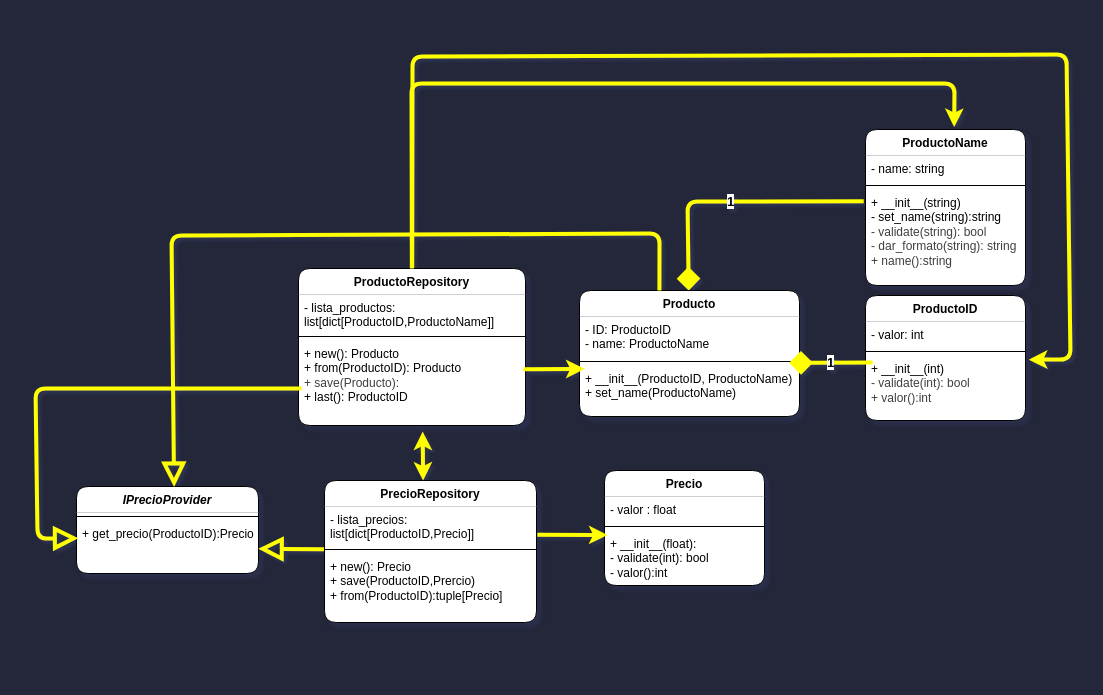
Above: page "Diagrama de Clases" (1 of 2) of Docs/DiagramaSubSistema.drawio in shinovi9/Subsistema-Precio (draw.io), before the change. Source tidied: cells renumbered, new cells numbered last; positions are measured from the earlier drawing's top-left corner, leaving out a move shared by most shapes. Both pictures are drawn from the tidied source at 100%, with x=0, y=0 at pixel (35, 54).
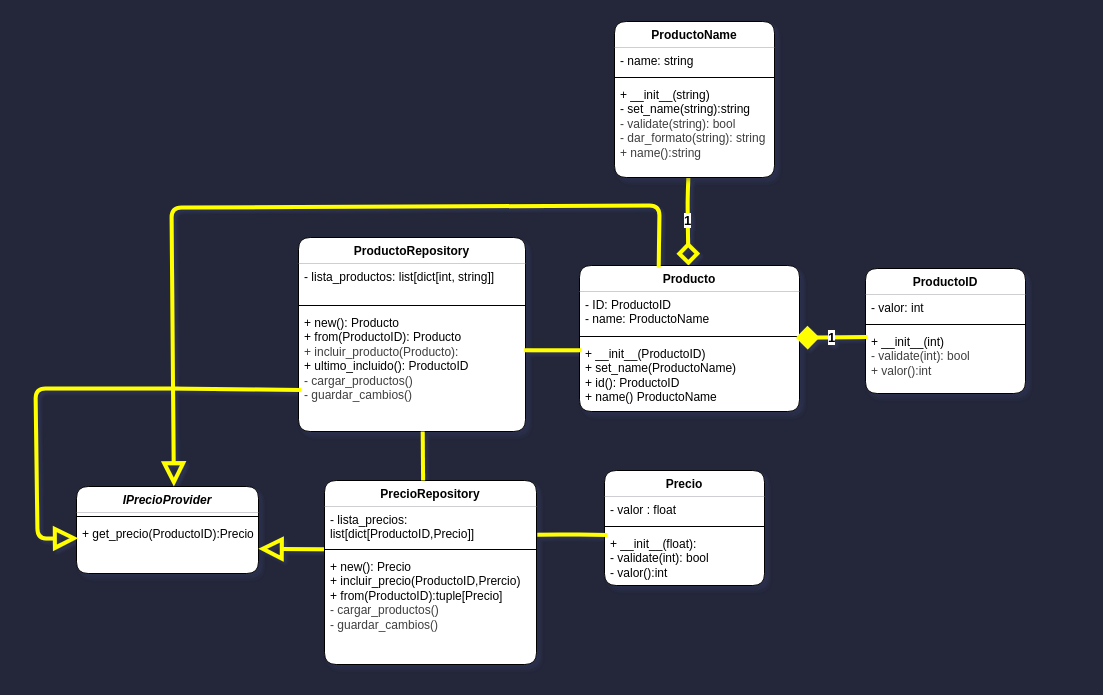
Above is the later version.

Unchanged cells that the change refers to:
```xml
<mxCell id="5" value="+ __init__(float):&lt;div&gt;&lt;div&gt;- validate(int): bool&lt;/div&gt;&lt;/div&gt;&lt;div&gt;- valor():int&lt;/div&gt;" style="text;strokeColor=none;fillColor=none;align=left;verticalAlign=top;spacingLeft=4;spacingRight=4;overflow=hidden;points=[[0,0.5],[1,0.5]];portConstraint=eastwest;whiteSpace=wrap;html=1;rounded=1;" parent="2" vertex="1">
  <mxGeometry y="60" width="160" height="55" as="geometry" />
</mxCell>
<mxCell id="10" value="+ __init__(string)&lt;div&gt;- set_name(string):string&lt;/div&gt;&lt;div&gt;&lt;span style=&quot;color: rgb(63, 63, 63);&quot;&gt;- validate(string): bool&lt;/span&gt;&lt;/div&gt;&lt;div&gt;&lt;span style=&quot;color: rgb(63, 63, 63);&quot;&gt;- dar_formato(string): string&lt;/span&gt;&lt;/div&gt;&lt;div&gt;&lt;span style=&quot;color: rgb(63, 63, 63);&quot;&gt;+ name():string&lt;/span&gt;&lt;/div&gt;" style="text;strokeColor=none;fillColor=none;align=left;verticalAlign=top;spacingLeft=4;spacingRight=4;overflow=hidden;points=[[0,0.5],[1,0.5]];portConstraint=eastwest;whiteSpace=wrap;html=1;rounded=1;" parent="7" vertex="1">
  <mxGeometry y="60" width="160" height="96" as="geometry" />
</mxCell>
<mxCell id="13" style="line;strokeWidth=1;fillColor=none;align=left;verticalAlign=middle;spacingTop=-1;spacingLeft=3;spacingRight=3;labelPosition=right;points=[];portConstraint=eastwest;strokeColor=inherit;rounded=1;" parent="11" vertex="1">
  <mxGeometry y="67" width="220" height="8" as="geometry" />
</mxCell>
<mxCell id="15" value="&lt;i&gt;IPrecioProvider&lt;/i&gt;" style="swimlane;fontStyle=1;align=center;verticalAlign=top;horizontal=1;startSize=26;whiteSpace=wrap;html=1;swimlaneFillColor=default;gradientColor=none;fillStyle=auto;strokeWidth=1;rounded=1;glass=0;swimlaneLine=0;shadow=1;" parent="1" vertex="1">
  <mxGeometry x="41" y="432" width="182" height="87" as="geometry" />
</mxCell>
<mxCell id="17" value="+ get_precio(&lt;span style=&quot;color: rgb(0, 0, 0);&quot;&gt;ProductoID&lt;/span&gt;):Precio&lt;div&gt;&lt;br&gt;&lt;/div&gt;" style="text;strokeColor=none;fillColor=none;align=left;verticalAlign=top;spacingLeft=4;spacingRight=4;overflow=hidden;points=[[0,0.5],[1,0.5]];portConstraint=eastwest;whiteSpace=wrap;html=1;rounded=1;" parent="15" vertex="1">
  <mxGeometry y="34" width="182" height="53" as="geometry" />
</mxCell>
<mxCell id="21" value="+ __init__(int)&lt;div&gt;&lt;span style=&quot;color: rgb(63, 63, 63); scrollbar-color: rgb(226, 226, 226) rgb(251, 251, 251); background-color: transparent;&quot;&gt;-&amp;nbsp;&lt;/span&gt;&lt;span style=&quot;color: rgb(63, 63, 63); scrollbar-color: rgb(226, 226, 226) rgb(251, 251, 251); background-color: transparent;&quot;&gt;validate(int): bool&lt;/span&gt;&lt;/div&gt;&lt;div&gt;&lt;span style=&quot;color: rgb(63, 63, 63); scrollbar-color: rgb(226, 226, 226) rgb(251, 251, 251); background-color: transparent;&quot;&gt;+ valor():int&lt;/span&gt;&lt;/div&gt;" style="text;strokeColor=none;fillColor=none;align=left;verticalAlign=top;spacingLeft=4;spacingRight=4;overflow=hidden;points=[[0,0.5],[1,0.5]];portConstraint=eastwest;whiteSpace=wrap;html=1;rounded=1;" parent="18" vertex="1">
  <mxGeometry y="60" width="160" height="65" as="geometry" />
</mxCell>
<mxCell id="30" value="&lt;span style=&quot;color: rgb(0, 0, 0);&quot;&gt;- lista_precios: list[dict[&lt;span style=&quot;color: rgb(0, 0, 0);&quot;&gt;ProductoID&lt;/span&gt;,Precio]]&lt;/span&gt;" style="text;strokeColor=none;fillColor=none;align=left;verticalAlign=top;spacingLeft=4;spacingRight=4;overflow=hidden;points=[[0,0.5],[1,0.5]];portConstraint=eastwest;whiteSpace=wrap;html=1;rounded=1;" parent="29" vertex="1">
  <mxGeometry y="26" width="212" height="39" as="geometry" />
</mxCell>
```

The edit, as a diff of the source:
```diff
@@
-    <mxCell id="6" value="&lt;font style=&quot;font-size: 13px;&quot;&gt;&lt;b&gt;1&lt;/b&gt;&lt;/font&gt;" style="edgeStyle=none;rounded=1;html=1;strokeWidth=4;strokeColor=#FFFF00;endArrow=diamond;endFill=1;endSize=14;exitX=-0.011;exitY=0.123;exitDx=0;exitDy=0;exitPerimeter=0;" parent="1" edge="1" source="10" target="11">
+    <mxCell id="6" value="&lt;font style=&quot;font-size: 13px;&quot;&gt;&lt;b&gt;1&lt;/b&gt;&lt;/font&gt;" style="edgeStyle=none;rounded=1;html=1;strokeWidth=4;strokeColor=#FFFF00;endArrow=diamond;endFill=0;endSize=14;exitX=0.462;exitY=0.979;exitDx=0;exitDy=0;exitPerimeter=0;" parent="1" edge="1" source="10" target="11">
       <mxGeometry relative="1" as="geometry">
         <Array as="points">
           <mxPoint x="652" y="147" />
         </Array>
       </mxGeometry>
     </mxCell>
     <mxCell id="7" value="ProductoName" style="swimlane;fontStyle=1;align=center;verticalAlign=top;horizontal=1;startSize=26;whiteSpace=wrap;html=1;swimlaneFillColor=default;gradientColor=none;fillStyle=auto;strokeWidth=1;rounded=1;glass=0;swimlaneLine=0;shadow=1;" parent="1" vertex="1">
-      <mxGeometry x="830" y="75" width="160" height="156" as="geometry" />
+      <mxGeometry x="579" y="-33" width="160" height="156" as="geometry" />
     </mxCell>
@@
     <mxCell id="11" value="Producto" style="swimlane;fontStyle=1;align=center;verticalAlign=top;horizontal=1;startSize=26;whiteSpace=wrap;html=1;swimlaneFillColor=default;gradientColor=none;fillStyle=auto;strokeWidth=1;rounded=1;glass=0;swimlaneLine=0;shadow=1;" parent="1" vertex="1">
-      <mxGeometry x="544" y="236" width="220" height="126" as="geometry" />
+      <mxGeometry x="544" y="211" width="220" height="146" as="geometry" />
     </mxCell>
@@
-    <mxCell id="14" value="&lt;div&gt;&lt;span style=&quot;color: rgb(0, 0, 0);&quot;&gt;+ __init__(ProductoID,&amp;nbsp;&lt;/span&gt;&lt;span style=&quot;color: rgb(0, 0, 0); background-color: transparent;&quot;&gt;ProductoName&lt;/span&gt;&lt;span style=&quot;background-color: transparent;&quot;&gt;)&lt;/span&gt;&lt;/div&gt;+ set_name(ProductoName)&lt;div&gt;&lt;br&gt;&lt;/div&gt;" style="text;strokeColor=none;fillColor=none;align=left;verticalAlign=top;spacingLeft=4;spacingRight=4;overflow=hidden;points=[[0,0.5],[1,0.5]];portConstraint=eastwest;whiteSpace=wrap;html=1;rounded=1;" parent="11" vertex="1">
-      <mxGeometry y="75" width="220" height="51" as="geometry" />
+    <mxCell id="14" value="&lt;div&gt;&lt;span style=&quot;color: rgb(0, 0, 0);&quot;&gt;+ __init__(ProductoID&lt;/span&gt;&lt;span style=&quot;background-color: transparent;&quot;&gt;)&lt;/span&gt;&lt;/div&gt;+ set_name(ProductoName)&lt;div&gt;+ id(): ProductoID&lt;/div&gt;&lt;div&gt;+ name() ProductoName&lt;/div&gt;" style="text;strokeColor=none;fillColor=none;align=left;verticalAlign=top;spacingLeft=4;spacingRight=4;overflow=hidden;points=[[0,0.5],[1,0.5]];portConstraint=eastwest;whiteSpace=wrap;html=1;rounded=1;" parent="11" vertex="1">
+      <mxGeometry y="75" width="220" height="71" as="geometry" />
     </mxCell>
@@
     <mxCell id="18" value="ProductoID" style="swimlane;fontStyle=1;align=center;verticalAlign=top;horizontal=1;startSize=26;whiteSpace=wrap;html=1;swimlaneFillColor=default;gradientColor=none;fillStyle=auto;strokeWidth=1;rounded=1;glass=0;swimlaneLine=0;shadow=1;" parent="1" vertex="1">
-      <mxGeometry x="830" y="241" width="160" height="125" as="geometry" />
+      <mxGeometry x="830" y="214" width="160" height="125" as="geometry" />
     </mxCell>
@@
-    <mxCell id="22" value="&lt;font style=&quot;font-size: 13px;&quot;&gt;&lt;b style=&quot;&quot;&gt;1&lt;/b&gt;&lt;/font&gt;" style="edgeStyle=none;rounded=1;html=1;endArrow=diamond;endFill=1;strokeWidth=4;strokeColor=#FFFF00;endSize=14;entryX=0.953;entryY=-0.05;entryDx=0;entryDy=0;entryPerimeter=0;exitX=0.044;exitY=0.108;exitDx=0;exitDy=0;exitPerimeter=0;" parent="1" edge="1" source="21" target="14">
+    <mxCell id="22" value="&lt;font style=&quot;font-size: 13px;&quot;&gt;&lt;b style=&quot;&quot;&gt;1&lt;/b&gt;&lt;/font&gt;" style="edgeStyle=none;rounded=1;html=1;endArrow=diamond;endFill=1;strokeWidth=4;strokeColor=#FFFF00;endSize=14;entryX=0.983;entryY=0.656;entryDx=0;entryDy=0;entryPerimeter=0;exitX=0.013;exitY=0.132;exitDx=0;exitDy=0;exitPerimeter=0;" parent="1" edge="1" source="21" target="13">
       <mxGeometry relative="1" as="geometry" />
     </mxCell>
-    <mxCell id="23" style="edgeStyle=none;html=1;entryX=1.021;entryY=0.064;entryDx=0;entryDy=0;entryPerimeter=0;strokeWidth=4;strokeColor=#FFFF00;" parent="1" edge="1" source="24" target="21">
-      <mxGeometry relative="1" as="geometry">
-        <Array as="points">
-          <mxPoint x="377" y="2" />
-          <mxPoint x="1031" />
-          <mxPoint x="1035" y="305" />
-        </Array>
-      </mxGeometry>
-    </mxCell>
     <mxCell id="24" value="ProductoRepository" style="swimlane;fontStyle=1;align=center;verticalAlign=top;horizontal=1;startSize=26;whiteSpace=wrap;html=1;swimlaneFillColor=default;gradientColor=none;fillStyle=auto;strokeWidth=1;rounded=1;glass=0;swimlaneLine=0;shadow=1;" parent="1" vertex="1">
-      <mxGeometry x="263" y="214" width="227" height="157" as="geometry" />
+      <mxGeometry x="263" y="183" width="227" height="194" as="geometry" />
     </mxCell>
-    <mxCell id="25" value="- lista_productos: list[dict[ProductoID,ProductoName]]" style="text;strokeColor=none;fillColor=none;align=left;verticalAlign=top;spacingLeft=4;spacingRight=4;overflow=hidden;whiteSpace=wrap;html=1;rounded=1;" parent="24" vertex="1">
+    <mxCell id="25" value="- lista_productos: list[dict[int, string]]" style="text;strokeColor=none;fillColor=none;align=left;verticalAlign=top;spacingLeft=4;spacingRight=4;overflow=hidden;whiteSpace=wrap;html=1;rounded=1;" parent="24" vertex="1">
       <mxGeometry y="26" width="227" height="38" as="geometry" />
     </mxCell>
@@
-    <mxCell id="27" value="&lt;font style=&quot;scrollbar-color: rgb(226, 226, 226) rgb(251, 251, 251); color: rgb(0, 0, 0);&quot;&gt;+ new(): Producto&lt;/font&gt;&lt;div style=&quot;color: rgb(63, 63, 63); scrollbar-color: rgb(226, 226, 226) rgb(251, 251, 251);&quot;&gt;&lt;font style=&quot;scrollbar-color: rgb(226, 226, 226) rgb(251, 251, 251); color: rgb(0, 0, 0);&quot;&gt;+ from(ProductoID): Producto&lt;/font&gt;&lt;/div&gt;&lt;div style=&quot;color: rgb(63, 63, 63); scrollbar-color: rgb(226, 226, 226) rgb(251, 251, 251);&quot;&gt;+ save(Producto):&lt;/div&gt;&lt;div style=&quot;color: rgb(63, 63, 63); scrollbar-color: rgb(226, 226, 226) rgb(251, 251, 251);&quot;&gt;&lt;font style=&quot;scrollbar-color: rgb(226, 226, 226) rgb(251, 251, 251); color: rgb(0, 0, 0);&quot;&gt;+ last(): ProductoID&lt;/font&gt;&lt;/div&gt;" style="text;strokeColor=none;fillColor=none;align=left;verticalAlign=top;spacingLeft=4;spacingRight=4;overflow=hidden;points=[[0,0.5],[1,0.5]];portConstraint=eastwest;whiteSpace=wrap;html=1;rounded=1;" parent="24" vertex="1">
-      <mxGeometry y="72" width="227" height="85" as="geometry" />
+    <mxCell id="27" value="&lt;font style=&quot;scrollbar-color: rgb(226, 226, 226) rgb(251, 251, 251); color: rgb(0, 0, 0);&quot;&gt;+ new(): Producto&lt;/font&gt;&lt;div style=&quot;color: rgb(63, 63, 63); scrollbar-color: rgb(226, 226, 226) rgb(251, 251, 251);&quot;&gt;&lt;font style=&quot;scrollbar-color: rgb(226, 226, 226) rgb(251, 251, 251); color: rgb(0, 0, 0);&quot;&gt;+ from(ProductoID): Producto&lt;/font&gt;&lt;/div&gt;&lt;div style=&quot;color: rgb(63, 63, 63); scrollbar-color: rgb(226, 226, 226) rgb(251, 251, 251);&quot;&gt;+ incluir_producto(Producto):&lt;/div&gt;&lt;div style=&quot;color: rgb(63, 63, 63); scrollbar-color: rgb(226, 226, 226) rgb(251, 251, 251);&quot;&gt;&lt;font style=&quot;scrollbar-color: rgb(226, 226, 226) rgb(251, 251, 251); color: rgb(0, 0, 0);&quot;&gt;+ ultimo_incluido(): ProductoID&lt;/font&gt;&lt;/div&gt;&lt;div style=&quot;color: rgb(63, 63, 63); scrollbar-color: rgb(226, 226, 226) rgb(251, 251, 251);&quot;&gt;- cargar_productos()&lt;/div&gt;&lt;div style=&quot;color: rgb(63, 63, 63); scrollbar-color: rgb(226, 226, 226) rgb(251, 251, 251);&quot;&gt;- guardar_cambios()&lt;/div&gt;" style="text;strokeColor=none;fillColor=none;align=left;verticalAlign=top;spacingLeft=4;spacingRight=4;overflow=hidden;points=[[0,0.5],[1,0.5]];portConstraint=eastwest;whiteSpace=wrap;html=1;rounded=1;" parent="24" vertex="1">
+      <mxGeometry y="72" width="227" height="122" as="geometry" />
     </mxCell>
@@
     <mxCell id="29" value="PrecioRepository" style="swimlane;fontStyle=1;align=center;verticalAlign=top;horizontal=1;startSize=26;whiteSpace=wrap;html=1;swimlaneFillColor=default;gradientColor=none;fillStyle=auto;strokeWidth=1;rounded=1;glass=0;swimlaneLine=0;shadow=1;" parent="1" vertex="1">
-      <mxGeometry x="289" y="426" width="212" height="142" as="geometry" />
+      <mxGeometry x="289" y="426" width="212" height="184" as="geometry" />
     </mxCell>
@@
-    <mxCell id="32" value="+ new(): Precio&lt;div&gt;+ save(&lt;span style=&quot;color: rgb(0, 0, 0);&quot;&gt;ProductoID&lt;/span&gt;,Prercio)&lt;/div&gt;&lt;div&gt;+ from(&lt;span style=&quot;color: rgb(0, 0, 0);&quot;&gt;ProductoID&lt;/span&gt;):tuple[Precio]&lt;/div&gt;" style="text;strokeColor=none;fillColor=none;align=left;verticalAlign=top;spacingLeft=4;spacingRight=4;overflow=hidden;whiteSpace=wrap;html=1;rounded=1;" parent="29" vertex="1">
-      <mxGeometry y="73" width="212" height="69" as="geometry" />
+    <mxCell id="32" value="+ new(): Precio&lt;div&gt;+ incluir_precio(&lt;span style=&quot;color: rgb(0, 0, 0);&quot;&gt;ProductoID&lt;/span&gt;,Prercio)&lt;/div&gt;&lt;div&gt;+ from(&lt;span style=&quot;color: rgb(0, 0, 0);&quot;&gt;ProductoID&lt;/span&gt;):tuple[Precio]&lt;/div&gt;&lt;div&gt;&lt;div style=&quot;scrollbar-color: rgb(226, 226, 226) rgb(251, 251, 251); color: rgb(63, 63, 63);&quot;&gt;- cargar_productos()&lt;/div&gt;&lt;div style=&quot;scrollbar-color: rgb(226, 226, 226) rgb(251, 251, 251); color: rgb(63, 63, 63);&quot;&gt;- guardar_cambios()&lt;/div&gt;&lt;/div&gt;" style="text;strokeColor=none;fillColor=none;align=left;verticalAlign=top;spacingLeft=4;spacingRight=4;overflow=hidden;whiteSpace=wrap;html=1;rounded=1;" parent="29" vertex="1">
+      <mxGeometry y="73" width="212" height="111" as="geometry" />
     </mxCell>
-    <mxCell id="33" style="edgeStyle=none;html=1;strokeWidth=4;strokeColor=#FFFF00;exitX=0.99;exitY=0.337;exitDx=0;exitDy=0;exitPerimeter=0;entryX=0.023;entryY=0.066;entryDx=0;entryDy=0;entryPerimeter=0;" parent="1" edge="1" source="27" target="14">
+    <mxCell id="33" style="edgeStyle=none;html=1;strokeWidth=4;strokeColor=#FFFF00;entryX=0.01;entryY=0.138;entryDx=0;entryDy=0;entryPerimeter=0;exitX=0.994;exitY=0.333;exitDx=0;exitDy=0;exitPerimeter=0;endArrow=none;endFill=0;" parent="1" edge="1" source="27" target="14">
       <mxGeometry relative="1" as="geometry" />
     </mxCell>
-    <mxCell id="34" style="edgeStyle=none;html=1;strokeColor=#FFFF00;strokeWidth=4;exitX=1.004;exitY=0.724;exitDx=0;exitDy=0;exitPerimeter=0;entryX=0.019;entryY=0.081;entryDx=0;entryDy=0;entryPerimeter=0;" parent="1" edge="1" source="30" target="5">
-      <mxGeometry relative="1" as="geometry" />
+    <mxCell id="34" style="edgeStyle=none;html=1;strokeColor=#FFFF00;strokeWidth=4;exitX=1.004;exitY=0.724;exitDx=0;exitDy=0;exitPerimeter=0;entryX=0.019;entryY=0.081;entryDx=0;entryDy=0;entryPerimeter=0;endArrow=none;endFill=0;" parent="1" edge="1" source="30" target="5">
+      <mxGeometry relative="1" as="geometry">
+        <Array as="points">
+          <mxPoint x="534" y="480" />
+        </Array>
+      </mxGeometry>
     </mxCell>
-    <mxCell id="35" style="edgeStyle=none;html=1;entryX=0.495;entryY=1.013;entryDx=0;entryDy=0;entryPerimeter=0;startArrow=classic;startFill=1;strokeWidth=4;strokeColor=#FFFF00;" parent="1" edge="1">
+    <mxCell id="35" style="edgeStyle=none;html=1;entryX=0.495;entryY=1.013;entryDx=0;entryDy=0;entryPerimeter=0;startArrow=none;startFill=0;strokeWidth=4;strokeColor=#FFFF00;endArrow=none;endFill=0;" parent="1" edge="1">
       <mxGeometry relative="1" as="geometry">
         <mxPoint x="387.6" y="426" as="sourcePoint" />
         <mxPoint x="387.2" y="377.1" as="targetPoint" />
       </mxGeometry>
     </mxCell>
-    <mxCell id="36" style="edgeStyle=none;html=1;strokeWidth=4;strokeColor=#FFFF00;endArrow=block;endFill=0;endSize=15;entryX=0.01;entryY=0.335;entryDx=0;entryDy=0;entryPerimeter=0;" parent="1" edge="1" target="17">
+    <mxCell id="36" style="edgeStyle=none;html=1;strokeWidth=4;strokeColor=#FFFF00;endArrow=block;endFill=0;endSize=15;entryX=0.01;entryY=0.335;entryDx=0;entryDy=0;entryPerimeter=0;exitX=0.013;exitY=0.66;exitDx=0;exitDy=0;exitPerimeter=0;" parent="1" edge="1" source="27" target="17">
       <mxGeometry relative="1" as="geometry">
-        <mxPoint x="266" y="334" as="sourcePoint" />
         <Array as="points">
           <mxPoint x="145" y="334" />
           <mxPoint y="334" />
           <mxPoint x="2" y="484" />
         </Array>
       </mxGeometry>
     </mxCell>
-    <mxCell id="37" style="edgeStyle=none;html=1;entryX=0.536;entryY=0.005;entryDx=0;entryDy=0;entryPerimeter=0;exitX=0.518;exitY=0.03;exitDx=0;exitDy=0;exitPerimeter=0;strokeWidth=4;strokeColor=#FFFF00;endArrow=block;endFill=0;endSize=15;" parent="1" edge="1" target="15">
+    <mxCell id="37" style="edgeStyle=none;html=1;entryX=0.535;entryY=0.001;entryDx=0;entryDy=0;entryPerimeter=0;exitX=0.36;exitY=0.015;exitDx=0;exitDy=0;exitPerimeter=0;strokeWidth=4;strokeColor=#FFFF00;endArrow=block;endFill=0;endSize=15;" parent="1" edge="1" source="11" target="15">
       <mxGeometry relative="1" as="geometry">
-        <mxPoint x="623.9" y="235.9" as="sourcePoint" />
         <Array as="points">
-          <mxPoint x="624" y="179" />
-          <mxPoint x="136" y="181" />
+          <mxPoint x="624" y="151" />
+          <mxPoint x="136" y="153" />
         </Array>
       </mxGeometry>
     </mxCell>
-    <mxCell id="38" style="edgeStyle=none;html=1;entryX=0.554;entryY=-0.016;entryDx=0;entryDy=0;entryPerimeter=0;strokeWidth=4;strokeColor=#FFFF00;" parent="1" edge="1" source="24" target="7">
-      <mxGeometry relative="1" as="geometry">
-        <Array as="points">
-          <mxPoint x="376" y="29" />
-          <mxPoint x="919" y="29" />
-        </Array>
-      </mxGeometry>
-    </mxCell>
```
